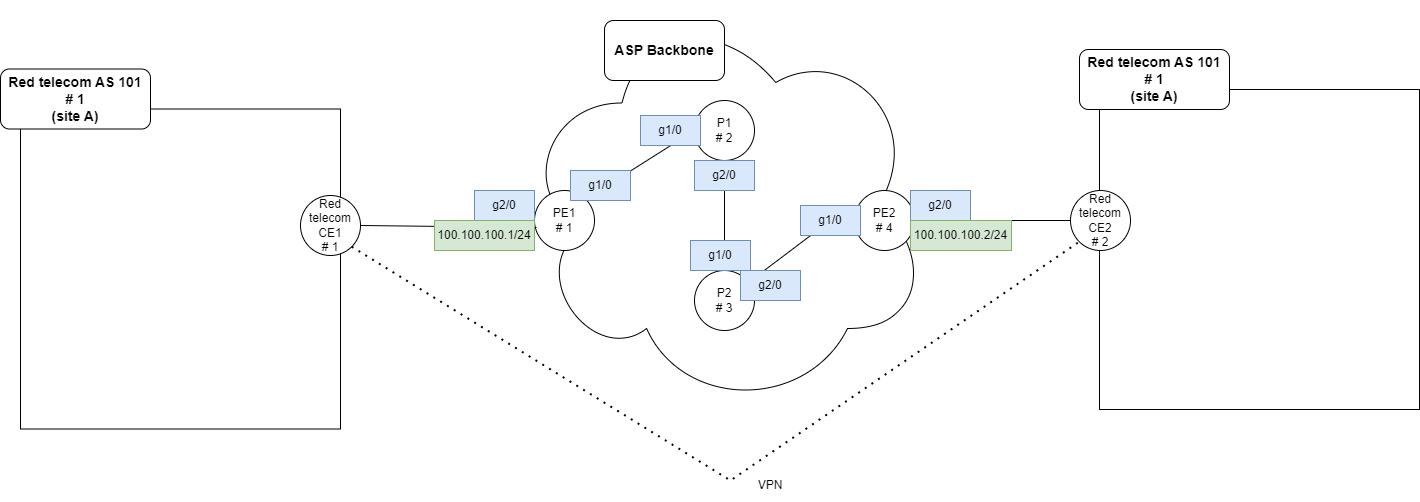
This is gns3_scheme.drawio.png from lbo462/3tca-projet-nas, a draw.io export, as it was before one commit. Source tidied: cells renumbered, new cells last; positions are measured from the earlier drawing's top-left corner, leaving out a move shared by most shapes. The source it was exported from:
```xml
<mxGraphModel>
  <root>
    <mxCell id="0" />
    <mxCell id="1" parent="0" />
    <mxCell id="2" style="whiteSpace=wrap;html=1;" parent="1" vertex="1">
      <mxGeometry x="20" y="108.5" width="320" height="320" as="geometry" />
    </mxCell>
    <mxCell id="3" style="ellipse;shape=cloud;whiteSpace=wrap;html=1;" parent="1" vertex="1">
      <mxGeometry x="519" width="410" height="410" as="geometry" />
    </mxCell>
    <mxCell id="4" value="PE1&lt;br&gt;# 1" style="ellipse;whiteSpace=wrap;html=1;" parent="1" vertex="1">
      <mxGeometry x="534" y="190" width="60" height="60" as="geometry" />
    </mxCell>
    <mxCell id="5" value="P1&lt;br&gt;# 2" style="ellipse;whiteSpace=wrap;html=1;" parent="1" vertex="1">
      <mxGeometry x="694" y="100" width="60" height="60" as="geometry" />
    </mxCell>
    <mxCell id="6" value="P2&lt;br&gt;# 3" style="ellipse;whiteSpace=wrap;html=1;" parent="1" vertex="1">
      <mxGeometry x="694" y="270" width="60" height="60" as="geometry" />
    </mxCell>
    <mxCell id="7" value="PE2&lt;br&gt;# 4" style="ellipse;whiteSpace=wrap;html=1;" parent="1" vertex="1">
      <mxGeometry x="854" y="190" width="60" height="60" as="geometry" />
    </mxCell>
    <mxCell id="8" style="endArrow=none;html=1;rounded=0;exitX=1;exitY=0;exitDx=0;exitDy=0;entryX=0;entryY=0.5;entryDx=0;entryDy=0;" parent="1" edge="1" source="4" target="5">
      <mxGeometry relative="1" as="geometry" />
    </mxCell>
    <mxCell id="9" style="endArrow=none;html=1;rounded=0;entryX=0.5;entryY=1;entryDx=0;entryDy=0;" parent="1" edge="1" target="5">
      <mxGeometry relative="1" as="geometry">
        <mxPoint x="724" y="270" as="sourcePoint" />
      </mxGeometry>
    </mxCell>
    <mxCell id="10" style="endArrow=none;html=1;rounded=0;" parent="1" edge="1" source="28">
      <mxGeometry relative="1" as="geometry">
        <mxPoint x="854" y="220" as="targetPoint" />
      </mxGeometry>
    </mxCell>
    <mxCell id="11" value="&lt;font style=&quot;font-size: 14px;&quot;&gt;&lt;b&gt;ASP Backbone&lt;/b&gt;&lt;/font&gt;" style="rounded=1;whiteSpace=wrap;html=1;" parent="1" vertex="1">
      <mxGeometry x="604" y="20" width="120" height="60" as="geometry" />
    </mxCell>
    <mxCell id="12" value="Red telecom CE1&lt;br&gt;# 1" style="ellipse;whiteSpace=wrap;html=1;" parent="1" vertex="1">
      <mxGeometry x="300" y="195" width="60" height="60" as="geometry" />
    </mxCell>
    <mxCell id="13" value="&lt;font style=&quot;font-size: 14px;&quot;&gt;&lt;b&gt;Red telecom AS 101&lt;br&gt;# 1&lt;br&gt;(site A)&lt;br&gt;&lt;/b&gt;&lt;/font&gt;" style="rounded=1;whiteSpace=wrap;html=1;" parent="1" vertex="1">
      <mxGeometry y="68.5" width="150" height="60" as="geometry" />
    </mxCell>
    <mxCell id="14" style="edgeStyle=orthogonalEdgeStyle;rounded=0;orthogonalLoop=1;jettySize=auto;html=1;exitX=0.5;exitY=1;exitDx=0;exitDy=0;" parent="1" edge="1" source="2" target="2">
      <mxGeometry relative="1" as="geometry" />
    </mxCell>
    <mxCell id="15" style="whiteSpace=wrap;html=1;" parent="1" vertex="1">
      <mxGeometry x="1099" y="89" width="320" height="320" as="geometry" />
    </mxCell>
    <mxCell id="16" value="Red telecom CE2&lt;br&gt;# 2" style="ellipse;whiteSpace=wrap;html=1;" parent="1" vertex="1">
      <mxGeometry x="1070" y="190" width="60" height="60" as="geometry" />
    </mxCell>
    <mxCell id="17" value="&lt;font style=&quot;font-size: 14px;&quot;&gt;&lt;b&gt;Red telecom AS 101&lt;br&gt;# 1&lt;br&gt;(site A)&lt;br&gt;&lt;/b&gt;&lt;/font&gt;" style="rounded=1;whiteSpace=wrap;html=1;" parent="1" vertex="1">
      <mxGeometry x="1079" y="49" width="150" height="60" as="geometry" />
    </mxCell>
    <mxCell id="18" style="edgeStyle=orthogonalEdgeStyle;rounded=0;orthogonalLoop=1;jettySize=auto;html=1;exitX=0.5;exitY=1;exitDx=0;exitDy=0;" parent="1" edge="1" source="15" target="15">
      <mxGeometry relative="1" as="geometry" />
    </mxCell>
    <mxCell id="19" style="endArrow=none;html=1;rounded=0;entryX=0;entryY=0.5;entryDx=0;entryDy=0;" parent="1" edge="1" source="7" target="16">
      <mxGeometry relative="1" as="geometry" />
    </mxCell>
    <mxCell id="20" value="g1/0" style="text;html=1;strokeColor=#6c8ebf;fillColor=#dae8fc;align=center;verticalAlign=middle;whiteSpace=wrap;rounded=0;" parent="1" vertex="1">
      <mxGeometry x="570" y="170" width="60" height="30" as="geometry" />
    </mxCell>
    <mxCell id="21" value="g2/0" style="text;html=1;strokeColor=#6c8ebf;fillColor=#dae8fc;align=center;verticalAlign=middle;whiteSpace=wrap;rounded=0;" parent="1" vertex="1">
      <mxGeometry x="474" y="190" width="60" height="30" as="geometry" />
    </mxCell>
    <mxCell id="22" value="g2/0" style="text;html=1;strokeColor=#6c8ebf;fillColor=#dae8fc;align=center;verticalAlign=middle;whiteSpace=wrap;rounded=0;" parent="1" vertex="1">
      <mxGeometry x="910" y="190" width="60" height="30" as="geometry" />
    </mxCell>
    <mxCell id="23" value="g1/0" style="text;html=1;strokeColor=#6c8ebf;fillColor=#dae8fc;align=center;verticalAlign=middle;whiteSpace=wrap;rounded=0;" parent="1" vertex="1">
      <mxGeometry x="640" y="115" width="60" height="30" as="geometry" />
    </mxCell>
    <mxCell id="24" value="g2/0" style="text;html=1;strokeColor=#6c8ebf;fillColor=#dae8fc;align=center;verticalAlign=middle;whiteSpace=wrap;rounded=0;" parent="1" vertex="1">
      <mxGeometry x="694" y="160" width="60" height="30" as="geometry" />
    </mxCell>
    <mxCell id="25" value="g1/0" style="text;html=1;strokeColor=#6c8ebf;fillColor=#dae8fc;align=center;verticalAlign=middle;whiteSpace=wrap;rounded=0;" parent="1" vertex="1">
      <mxGeometry x="690" y="240" width="60" height="30" as="geometry" />
    </mxCell>
    <mxCell id="26" value="100.100.100.2/24" style="text;html=1;strokeColor=#82b366;fillColor=#d5e8d4;align=center;verticalAlign=middle;whiteSpace=wrap;rounded=0;" parent="1" vertex="1">
      <mxGeometry x="910" y="220" width="101" height="30" as="geometry" />
    </mxCell>
    <mxCell id="27" style="endArrow=none;html=1;rounded=0;" parent="1" edge="1" source="6" target="28">
      <mxGeometry relative="1" as="geometry" />
    </mxCell>
    <mxCell id="28" value="g1/0" style="text;html=1;strokeColor=#6c8ebf;fillColor=#dae8fc;align=center;verticalAlign=middle;whiteSpace=wrap;rounded=0;" parent="1" vertex="1">
      <mxGeometry x="800" y="205" width="60" height="30" as="geometry" />
    </mxCell>
    <mxCell id="29" value="g2/0" style="text;html=1;strokeColor=#6c8ebf;fillColor=#dae8fc;align=center;verticalAlign=middle;whiteSpace=wrap;rounded=0;" parent="1" vertex="1">
      <mxGeometry x="740" y="270" width="60" height="30" as="geometry" />
    </mxCell>
    <mxCell id="30" style="endArrow=none;html=1;rounded=0;entryX=1;entryY=0.5;entryDx=0;entryDy=0;exitX=0.033;exitY=0.617;exitDx=0;exitDy=0;exitPerimeter=0;" parent="1" edge="1" source="4" target="12">
      <mxGeometry relative="1" as="geometry" />
    </mxCell>
    <mxCell id="31" value="100.100.100.1/24" style="text;html=1;strokeColor=#82b366;fillColor=#d5e8d4;align=center;verticalAlign=middle;whiteSpace=wrap;rounded=0;" parent="1" vertex="1">
      <mxGeometry x="434" y="220" width="100" height="30" as="geometry" />
    </mxCell>
    <mxCell id="32" style="endArrow=none;dashed=1;html=1;dashPattern=1 3;strokeWidth=2;rounded=0;entryX=0;entryY=1;entryDx=0;entryDy=0;exitX=1;exitY=1;exitDx=0;exitDy=0;" parent="1" edge="1" source="12" target="16">
      <mxGeometry relative="1" as="geometry">
        <Array as="points">
          <mxPoint x="730" y="480" />
        </Array>
      </mxGeometry>
    </mxCell>
    <mxCell id="33" value="VPN" style="text;html=1;strokeColor=none;fillColor=none;align=center;verticalAlign=middle;whiteSpace=wrap;rounded=0;" parent="1" vertex="1">
      <mxGeometry x="740" y="470" width="60" height="30" as="geometry" />
    </mxCell>
  </root>
</mxGraphModel>
```
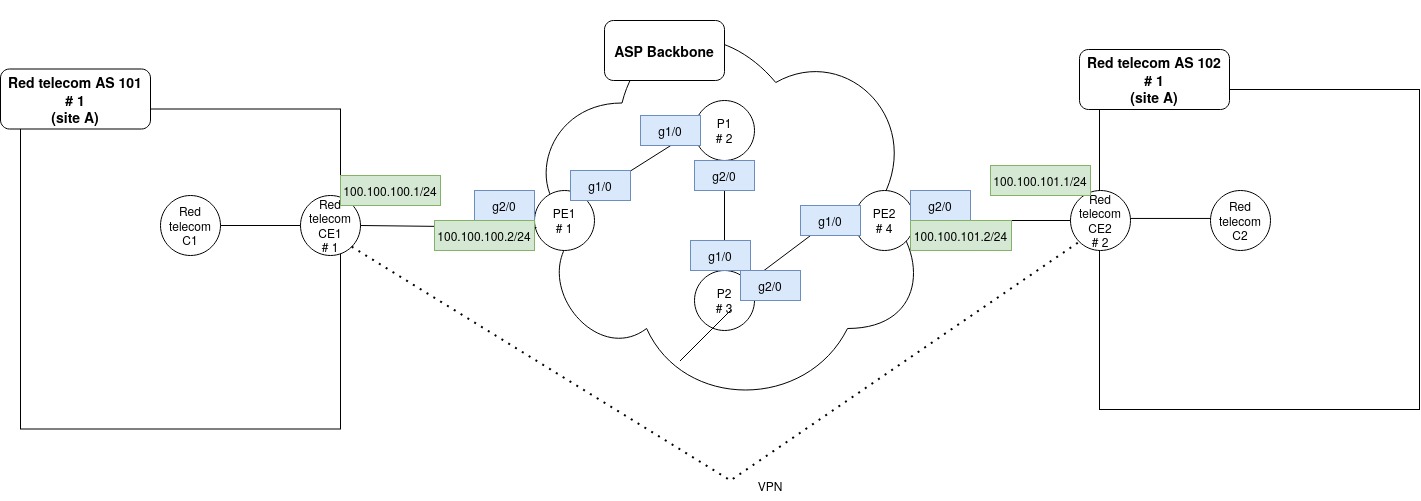
Above is the later version.

Change to the diagram source:
```diff
@@ -51,7 +51,7 @@
     <mxCell id="16" value="Red telecom CE2&lt;br&gt;# 2" style="ellipse;whiteSpace=wrap;html=1;" parent="1" vertex="1">
       <mxGeometry x="1070" y="190" width="60" height="60" as="geometry" />
     </mxCell>
-    <mxCell id="17" value="&lt;font style=&quot;font-size: 14px;&quot;&gt;&lt;b&gt;Red telecom AS 101&lt;br&gt;# 1&lt;br&gt;(site A)&lt;br&gt;&lt;/b&gt;&lt;/font&gt;" style="rounded=1;whiteSpace=wrap;html=1;" parent="1" vertex="1">
+    <mxCell id="17" value="&lt;font style=&quot;font-size: 14px;&quot;&gt;&lt;b&gt;Red telecom AS 102&lt;br&gt;# 1&lt;br&gt;(site A)&lt;br&gt;&lt;/b&gt;&lt;/font&gt;" style="rounded=1;whiteSpace=wrap;html=1;" parent="1" vertex="1">
       <mxGeometry x="1079" y="49" width="150" height="60" as="geometry" />
     </mxCell>
     <mxCell id="18" style="edgeStyle=orthogonalEdgeStyle;rounded=0;orthogonalLoop=1;jettySize=auto;html=1;exitX=0.5;exitY=1;exitDx=0;exitDy=0;" parent="1" edge="1" source="15" target="15">
@@ -78,7 +78,7 @@
     <mxCell id="25" value="g1/0" style="text;html=1;strokeColor=#6c8ebf;fillColor=#dae8fc;align=center;verticalAlign=middle;whiteSpace=wrap;rounded=0;" parent="1" vertex="1">
       <mxGeometry x="690" y="240" width="60" height="30" as="geometry" />
     </mxCell>
-    <mxCell id="26" value="100.100.100.2/24" style="text;html=1;strokeColor=#82b366;fillColor=#d5e8d4;align=center;verticalAlign=middle;whiteSpace=wrap;rounded=0;" parent="1" vertex="1">
+    <mxCell id="26" value="100.100.101.2/24" style="text;html=1;strokeColor=#82b366;fillColor=#d5e8d4;align=center;verticalAlign=middle;whiteSpace=wrap;rounded=0;" parent="1" vertex="1">
       <mxGeometry x="910" y="220" width="101" height="30" as="geometry" />
     </mxCell>
     <mxCell id="27" style="endArrow=none;html=1;rounded=0;" parent="1" edge="1" source="6" target="28">
@@ -93,7 +93,7 @@
     <mxCell id="30" style="endArrow=none;html=1;rounded=0;entryX=1;entryY=0.5;entryDx=0;entryDy=0;exitX=0.033;exitY=0.617;exitDx=0;exitDy=0;exitPerimeter=0;" parent="1" edge="1" source="4" target="12">
       <mxGeometry relative="1" as="geometry" />
     </mxCell>
-    <mxCell id="31" value="100.100.100.1/24" style="text;html=1;strokeColor=#82b366;fillColor=#d5e8d4;align=center;verticalAlign=middle;whiteSpace=wrap;rounded=0;" parent="1" vertex="1">
+    <mxCell id="31" value="&lt;div&gt;100.100.100.2/24&lt;/div&gt;" style="text;html=1;strokeColor=#82b366;fillColor=#d5e8d4;align=center;verticalAlign=middle;whiteSpace=wrap;rounded=0;" parent="1" vertex="1">
       <mxGeometry x="434" y="220" width="100" height="30" as="geometry" />
     </mxCell>
     <mxCell id="32" style="endArrow=none;dashed=1;html=1;dashPattern=1 3;strokeWidth=2;rounded=0;entryX=0;entryY=1;entryDx=0;entryDy=0;exitX=1;exitY=1;exitDx=0;exitDy=0;" parent="1" edge="1" source="12" target="16">
@@ -106,5 +106,68 @@
     <mxCell id="33" value="VPN" style="text;html=1;strokeColor=none;fillColor=none;align=center;verticalAlign=middle;whiteSpace=wrap;rounded=0;" parent="1" vertex="1">
       <mxGeometry x="740" y="470" width="60" height="30" as="geometry" />
     </mxCell>
+    <mxCell id="34" value="Red telecom C1" style="ellipse;whiteSpace=wrap;html=1;" parent="1" vertex="1">
+      <mxGeometry x="160" y="195" width="60" height="60" as="geometry" />
+    </mxCell>
+    <mxCell id="35" value="&lt;div&gt;Red telecom C2&lt;/div&gt;" style="ellipse;whiteSpace=wrap;html=1;" parent="1" vertex="1">
+      <mxGeometry x="1210" y="190" width="60" height="60" as="geometry" />
+    </mxCell>
+    <mxCell id="36" style="endArrow=none;html=1;rounded=0;" parent="1" edge="1">
+      <mxGeometry relative="1" as="geometry">
+        <mxPoint x="680" y="360" as="sourcePoint" />
+        <mxPoint x="730" y="310" as="targetPoint" />
+      </mxGeometry>
+    </mxCell>
+    <mxCell id="37" style="endArrow=none;html=1;rounded=0;" parent="1" edge="1">
+      <mxGeometry relative="1" as="geometry">
+        <mxPoint x="680" y="360" as="sourcePoint" />
+        <mxPoint x="730" y="310" as="targetPoint" />
+      </mxGeometry>
+    </mxCell>
+    <mxCell id="38" style="endArrow=none;html=1;rounded=0;" parent="1" edge="1">
+      <mxGeometry relative="1" as="geometry">
+        <mxPoint x="680" y="360" as="sourcePoint" />
+        <mxPoint x="730" y="310" as="targetPoint" />
+      </mxGeometry>
+    </mxCell>
+    <mxCell id="39" style="endArrow=none;html=1;rounded=0;" parent="1" edge="1">
+      <mxGeometry relative="1" as="geometry">
+        <mxPoint x="680" y="360" as="sourcePoint" />
+        <mxPoint x="730" y="310" as="targetPoint" />
+      </mxGeometry>
+    </mxCell>
+    <mxCell id="40" style="endArrow=none;html=1;rounded=0;" parent="1" edge="1">
+      <mxGeometry relative="1" as="geometry">
+        <mxPoint x="680" y="360" as="sourcePoint" />
+        <mxPoint x="730" y="310" as="targetPoint" />
+      </mxGeometry>
+    </mxCell>
+    <mxCell id="41" style="endArrow=none;html=1;rounded=0;" parent="1" edge="1">
+      <mxGeometry relative="1" as="geometry">
+        <mxPoint x="680" y="360" as="sourcePoint" />
+        <mxPoint x="730" y="310" as="targetPoint" />
+      </mxGeometry>
+    </mxCell>
+    <mxCell id="42" style="endArrow=none;html=1;rounded=0;" parent="1" edge="1">
+      <mxGeometry relative="1" as="geometry">
+        <mxPoint x="680" y="360" as="sourcePoint" />
+        <mxPoint x="730" y="310" as="targetPoint" />
+      </mxGeometry>
+    </mxCell>
+    <mxCell id="43" style="endArrow=none;html=1;rounded=0;entryX=0;entryY=0.5;entryDx=0;entryDy=0;exitX=1;exitY=0.5;exitDx=0;exitDy=0;" parent="1" edge="1" source="34" target="12">
+      <mxGeometry relative="1" as="geometry" />
+    </mxCell>
+    <mxCell id="44" style="endArrow=none;html=1;rounded=0;entryX=0;entryY=0.5;entryDx=0;entryDy=0;exitX=1;exitY=0.5;exitDx=0;exitDy=0;" parent="1" edge="1">
+      <mxGeometry relative="1" as="geometry">
+        <mxPoint x="1130" y="217.9" as="sourcePoint" />
+        <mxPoint x="1210" y="217.9" as="targetPoint" />
+      </mxGeometry>
+    </mxCell>
+    <mxCell id="45" value="&lt;div&gt;100.100.100.1/24&lt;/div&gt;" style="text;html=1;strokeColor=#82b366;fillColor=#d5e8d4;align=center;verticalAlign=middle;whiteSpace=wrap;rounded=0;" parent="1" vertex="1">
+      <mxGeometry x="340" y="175" width="100" height="30" as="geometry" />
+    </mxCell>
+    <mxCell id="46" value="&lt;div&gt;100.100.101.1/24&lt;/div&gt;" style="text;html=1;strokeColor=#82b366;fillColor=#d5e8d4;align=center;verticalAlign=middle;whiteSpace=wrap;rounded=0;" parent="1" vertex="1">
+      <mxGeometry x="990" y="165" width="100" height="30" as="geometry" />
+    </mxCell>
   </root>
 </mxGraphModel>
```
